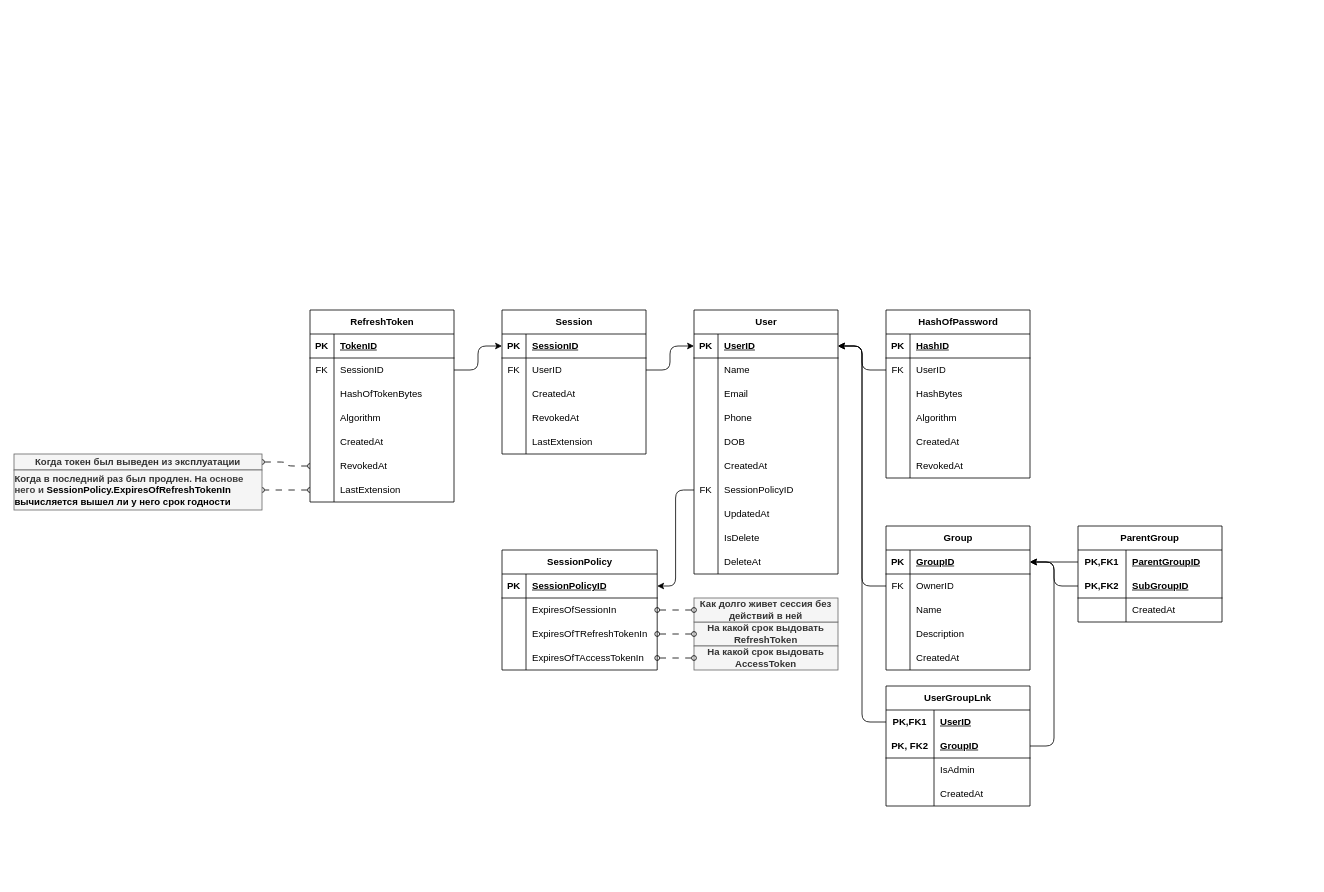
This is Doc/ER-AuthServer.drawio from Shevchenko-Eduard/SecureEDM, a draw.io file, before an edit. Source tidied: cells renumbered, new cells numbered last; positions are measured from the earlier drawing's top-left corner, leaving out a move shared by most shapes. Both pictures are drawn from the tidied source at 80%, with x=0, y=0 at pixel (14, 310).
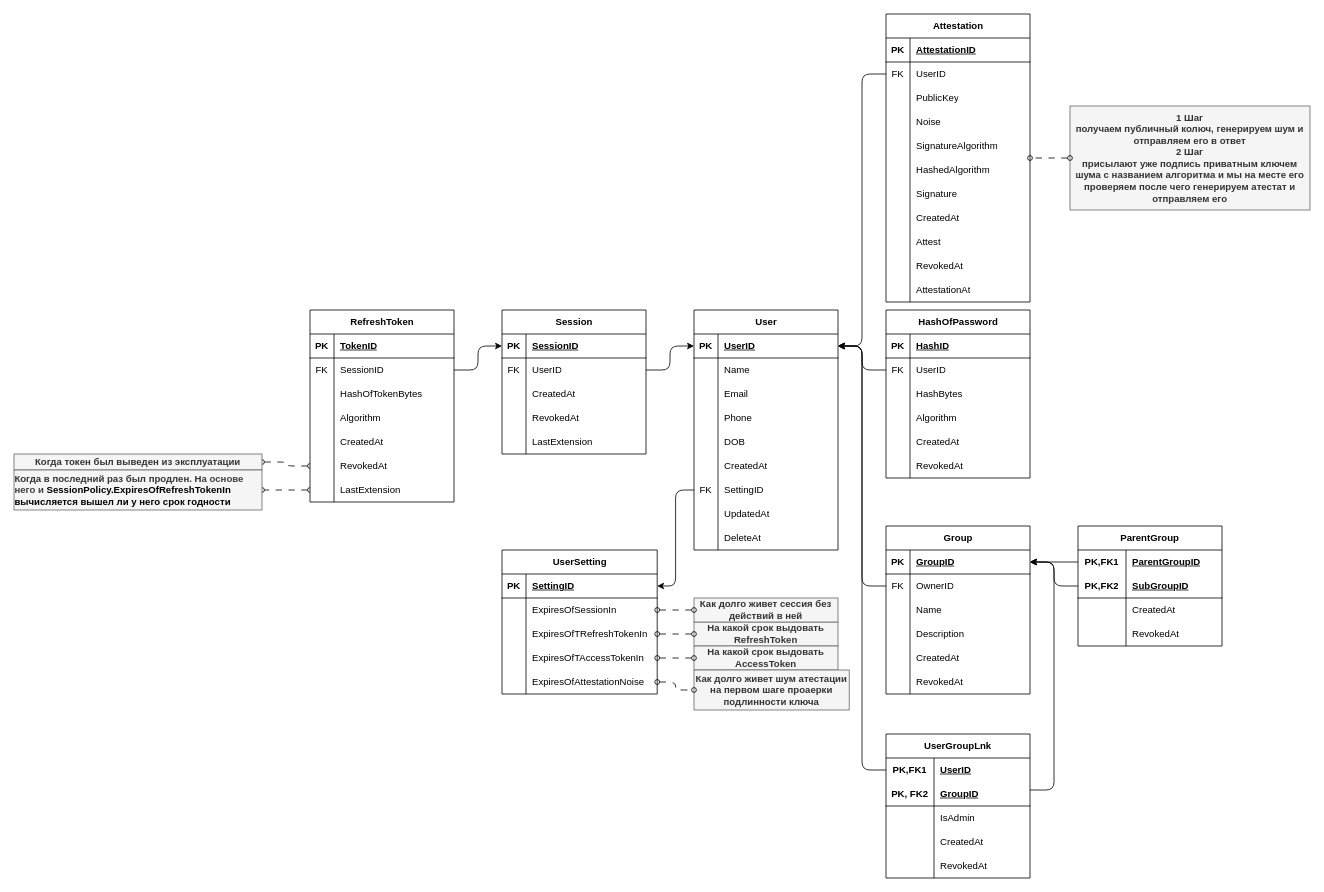
The same diagram, later.

Commit message (it also covers changes not shown here):
docs: ER DB for AuthServer has been updated. API spec for AuthServer has been updated.

The change refers to these unchanged cells:
```xml
<mxCell id="3" style="shape=tableRow;horizontal=0;startSize=0;swimlaneHead=0;swimlaneBody=0;fillColor=none;points=[[0,0.5],[1,0.5]];portConstraint=eastwest;top=0;left=0;right=0;bottom=1;" parent="2" vertex="1">
  <mxGeometry y="30" width="180" height="30" as="geometry" />
</mxCell>
<mxCell id="21" style="shape=tableRow;horizontal=0;startSize=0;swimlaneHead=0;swimlaneBody=0;fillColor=none;points=[[0,0.5],[1,0.5]];portConstraint=eastwest;top=0;left=0;right=0;bottom=0;" parent="2" vertex="1">
  <mxGeometry y="210" width="180" height="30" as="geometry" />
</mxCell>
<mxCell id="98" style="shape=tableRow;horizontal=0;startSize=0;swimlaneHead=0;swimlaneBody=0;fillColor=none;points=[[0,0.5],[1,0.5]];portConstraint=eastwest;top=0;left=0;right=0;bottom=1;" parent="97" vertex="1">
  <mxGeometry y="30" width="180" height="30" as="geometry" />
</mxCell>
<mxCell id="117" style="shape=tableRow;horizontal=0;startSize=0;swimlaneHead=0;swimlaneBody=0;fillColor=none;points=[[0,0.5],[1,0.5]];portConstraint=eastwest;top=0;left=0;right=0;bottom=1;html=1;" parent="113" vertex="1">
  <mxGeometry y="60" width="180" height="30" as="geometry" />
</mxCell>
<mxCell id="139" style="shape=tableRow;horizontal=0;startSize=0;swimlaneHead=0;swimlaneBody=0;fillColor=none;points=[[0,0.5],[1,0.5]];portConstraint=eastwest;top=0;left=0;right=0;bottom=1;" parent="138" vertex="1">
  <mxGeometry y="30" width="194" height="30" as="geometry" />
</mxCell>
```

Change to the diagram source:
```diff
@@
     <mxCell id="2" value="User" style="shape=table;startSize=30;childLayout=tableLayout;rowLines=0;fontStyle=1;align=center;html=1;swimlaneFillColor=default;" parent="1" vertex="1">
-      <mxGeometry x="850" width="180" height="330" as="geometry" />
+      <mxGeometry x="850" width="180" height="300" as="geometry" />
     </mxCell>
@@
-    <mxCell id="23" value="SessionPolicyID" style="shape=partialRectangle;fillColor=none;top=0;left=0;bottom=0;right=0;align=left;spacingLeft=6;overflow=hidden;whiteSpace=wrap;html=1;" parent="21" vertex="1">
+    <mxCell id="23" value="SettingID" style="shape=partialRectangle;fillColor=none;top=0;left=0;bottom=0;right=0;align=left;spacingLeft=6;overflow=hidden;whiteSpace=wrap;html=1;" parent="21" vertex="1">
       <mxGeometry x="30" width="150" height="30" as="geometry" />
     </mxCell>
@@
-    <mxCell id="27" style="shape=tableRow;horizontal=0;startSize=0;swimlaneHead=0;swimlaneBody=0;fillColor=none;top=0;left=0;right=0;bottom=0;" parent="2" vertex="1">
-      <mxGeometry y="270" width="180" height="30" as="geometry" />
-    </mxCell>
-    <mxCell id="28" style="shape=partialRectangle;fillColor=none;top=0;left=0;bottom=0;right=0;overflow=hidden;whiteSpace=wrap;html=1;" parent="27" vertex="1">
-      <mxGeometry width="30" height="30" as="geometry" />
-    </mxCell>
-    <mxCell id="29" value="IsDelete" style="shape=partialRectangle;fillColor=none;top=0;left=0;bottom=0;right=0;align=left;spacingLeft=6;overflow=hidden;whiteSpace=wrap;html=1;" parent="27" vertex="1">
-      <mxGeometry x="30" width="150" height="30" as="geometry" />
-    </mxCell>
     <mxCell id="30" style="shape=tableRow;horizontal=0;startSize=0;swimlaneHead=0;swimlaneBody=0;fillColor=none;top=0;left=0;right=0;bottom=0;" parent="2" vertex="1">
-      <mxGeometry y="300" width="180" height="30" as="geometry" />
+      <mxGeometry y="270" width="180" height="30" as="geometry" />
     </mxCell>
@@
     <mxCell id="97" value="Group" style="shape=table;startSize=30;childLayout=tableLayout;rowLines=0;fontStyle=1;align=center;html=1;swimlaneFillColor=default;" parent="1" vertex="1">
-      <mxGeometry x="1090" y="270" width="180" height="180" as="geometry" />
+      <mxGeometry x="1090" y="270" width="180" height="210" as="geometry" />
     </mxCell>
@@
+    <mxCell id="161" style="shape=tableRow;horizontal=0;startSize=0;swimlaneHead=0;swimlaneBody=0;fillColor=none;top=0;left=0;right=0;bottom=0;" parent="97" vertex="1">
+      <mxGeometry y="180" width="180" height="30" as="geometry" />
+    </mxCell>
+    <mxCell id="162" style="shape=partialRectangle;fillColor=none;top=0;left=0;bottom=0;right=0;overflow=hidden;whiteSpace=wrap;html=1;" parent="161" vertex="1">
+      <mxGeometry width="30" height="30" as="geometry" />
+    </mxCell>
+    <mxCell id="163" value="RevokedAt" style="shape=partialRectangle;fillColor=none;top=0;left=0;bottom=0;right=0;align=left;spacingLeft=6;overflow=hidden;whiteSpace=wrap;html=1;" parent="161" vertex="1">
+      <mxGeometry x="30" width="150" height="30" as="geometry" />
+    </mxCell>
     <mxCell id="113" value="UserGroupLnk" style="shape=table;startSize=30;childLayout=tableLayout;rowLines=0;fontStyle=1;align=center;html=1;whiteSpace=wrap;swimlaneFillColor=default;" parent="1" vertex="1">
-      <mxGeometry x="1090" y="470" width="180" height="150" as="geometry" />
+      <mxGeometry x="1090" y="530" width="180" height="180" as="geometry" />
     </mxCell>
@@
+    <mxCell id="164" style="shape=tableRow;horizontal=0;startSize=0;swimlaneHead=0;swimlaneBody=0;fillColor=none;top=0;left=0;right=0;bottom=0;html=1;" parent="113" vertex="1">
+      <mxGeometry y="150" width="180" height="30" as="geometry" />
+    </mxCell>
+    <mxCell id="165" style="shape=partialRectangle;fillColor=none;top=0;left=0;bottom=0;right=0;overflow=hidden;html=1;whiteSpace=wrap;" parent="164" vertex="1">
+      <mxGeometry width="60" height="30" as="geometry" />
+    </mxCell>
+    <mxCell id="166" value="RevokedAt" style="shape=partialRectangle;fillColor=none;top=0;left=0;bottom=0;right=0;align=left;spacingLeft=6;overflow=hidden;html=1;whiteSpace=wrap;" parent="164" vertex="1">
+      <mxGeometry x="60" width="120" height="30" as="geometry" />
+    </mxCell>
     <mxCell id="126" style="edgeStyle=orthogonalEdgeStyle;html=1;" parent="1" edge="1" source="117" target="98">
-      <mxGeometry x="0.07" relative="1" as="geometry">
+      <mxGeometry x="-0.14" relative="1" as="geometry">
         <Array as="points">
-          <mxPoint x="1300" y="545" />
+          <mxPoint x="1300" y="600" />
           <mxPoint x="1300" y="315" />
         </Array>
       </mxGeometry>
     </mxCell>
@@
     <mxCell id="128" value="ParentGroup" style="shape=table;startSize=30;childLayout=tableLayout;rowLines=0;fontStyle=1;align=center;html=1;whiteSpace=wrap;swimlaneFillColor=default;" parent="1" vertex="1">
-      <mxGeometry x="1330" y="270" width="180" height="120" as="geometry" />
+      <mxGeometry x="1330" y="270" width="180" height="150" as="geometry" />
     </mxCell>
@@
+    <mxCell id="167" style="shape=tableRow;horizontal=0;startSize=0;swimlaneHead=0;swimlaneBody=0;fillColor=none;top=0;left=0;right=0;bottom=0;html=1;" parent="128" vertex="1">
+      <mxGeometry y="120" width="180" height="30" as="geometry" />
+    </mxCell>
+    <mxCell id="168" style="shape=partialRectangle;fillColor=none;top=0;left=0;bottom=0;right=0;overflow=hidden;html=1;whiteSpace=wrap;" parent="167" vertex="1">
+      <mxGeometry width="60" height="30" as="geometry" />
+    </mxCell>
+    <mxCell id="169" value="RevokedAt" style="shape=partialRectangle;fillColor=none;top=0;left=0;bottom=0;right=0;align=left;spacingLeft=6;overflow=hidden;html=1;whiteSpace=wrap;" parent="167" vertex="1">
+      <mxGeometry x="60" width="120" height="30" as="geometry" />
+    </mxCell>
-    <mxCell id="138" value="SessionPolicy" style="shape=table;startSize=30;childLayout=tableLayout;rowLines=0;fontStyle=1;align=center;html=1;swimlaneFillColor=default;" parent="1" vertex="1">
-      <mxGeometry x="610" y="300" width="194" height="150" as="geometry" />
+    <mxCell id="138" value="UserSetting" style="shape=table;startSize=30;childLayout=tableLayout;rowLines=0;fontStyle=1;align=center;html=1;swimlaneFillColor=default;" parent="1" vertex="1">
+      <mxGeometry x="610" y="300" width="194" height="180" as="geometry" />
     </mxCell>
@@
-    <mxCell id="141" value="SessionPolicyID" style="shape=partialRectangle;fillColor=none;top=0;left=0;bottom=0;right=0;align=left;spacingLeft=6;fontStyle=5;overflow=hidden;whiteSpace=wrap;html=1;" parent="139" vertex="1">
+    <mxCell id="141" value="SettingID" style="shape=partialRectangle;fillColor=none;top=0;left=0;bottom=0;right=0;align=left;spacingLeft=6;fontStyle=5;overflow=hidden;whiteSpace=wrap;html=1;" parent="139" vertex="1">
       <mxGeometry x="30" width="164" height="30" as="geometry" />
     </mxCell>
@@
+    <mxCell id="170" style="shape=tableRow;horizontal=0;startSize=0;swimlaneHead=0;swimlaneBody=0;fillColor=none;points=[[0,0.5],[1,0.5]];portConstraint=eastwest;top=0;left=0;right=0;bottom=0;" parent="138" vertex="1">
+      <mxGeometry y="150" width="194" height="30" as="geometry" />
+    </mxCell>
+    <mxCell id="171" style="shape=partialRectangle;fillColor=none;top=0;left=0;bottom=0;right=0;overflow=hidden;whiteSpace=wrap;html=1;" parent="170" vertex="1">
+      <mxGeometry width="30" height="30" as="geometry" />
+    </mxCell>
+    <mxCell id="172" value="ExpiresOfAttestationNoise" style="shape=partialRectangle;fillColor=none;top=0;left=0;bottom=0;right=0;align=left;spacingLeft=6;overflow=hidden;whiteSpace=wrap;html=1;" parent="170" vertex="1">
+      <mxGeometry x="30" width="164" height="30" as="geometry" />
+    </mxCell>
@@
+    <mxCell id="173" value="Attestation" style="shape=table;startSize=30;childLayout=tableLayout;rowLines=0;fontStyle=1;align=center;html=1;" parent="1" vertex="1">
+      <mxGeometry x="1090" y="-370" width="180" height="360" as="geometry" />
+    </mxCell>
+    <mxCell id="174" style="shape=tableRow;horizontal=0;startSize=0;swimlaneHead=0;swimlaneBody=0;fillColor=none;top=0;left=0;right=0;bottom=1;" parent="173" vertex="1">
+      <mxGeometry y="30" width="180" height="30" as="geometry" />
+    </mxCell>
+    <mxCell id="175" value="PK" style="shape=partialRectangle;fillColor=none;top=0;left=0;bottom=0;right=0;fontStyle=1;overflow=hidden;whiteSpace=wrap;html=1;" parent="174" vertex="1">
+      <mxGeometry width="30" height="30" as="geometry" />
+    </mxCell>
+    <mxCell id="176" value="AttestationID" style="shape=partialRectangle;fillColor=none;top=0;left=0;bottom=0;right=0;align=left;spacingLeft=6;fontStyle=5;overflow=hidden;whiteSpace=wrap;html=1;" parent="174" vertex="1">
+      <mxGeometry x="30" width="150" height="30" as="geometry" />
+    </mxCell>
+    <mxCell id="177" style="shape=tableRow;horizontal=0;startSize=0;swimlaneHead=0;swimlaneBody=0;fillColor=none;points=[[0,0.5],[1,0.5]];portConstraint=eastwest;top=0;left=0;right=0;bottom=0;" parent="173" vertex="1">
+      <mxGeometry y="60" width="180" height="30" as="geometry" />
+    </mxCell>
+    <mxCell id="178" value="FK" style="shape=partialRectangle;fillColor=none;top=0;left=0;bottom=0;right=0;overflow=hidden;whiteSpace=wrap;html=1;" parent="177" vertex="1">
+      <mxGeometry width="30" height="30" as="geometry" />
+    </mxCell>
+    <mxCell id="179" value="UserID" style="shape=partialRectangle;fillColor=none;top=0;left=0;bottom=0;right=0;align=left;spacingLeft=6;overflow=hidden;whiteSpace=wrap;html=1;" parent="177" vertex="1">
+      <mxGeometry x="30" width="150" height="30" as="geometry" />
+    </mxCell>
+    <mxCell id="180" style="shape=tableRow;horizontal=0;startSize=0;swimlaneHead=0;swimlaneBody=0;fillColor=none;top=0;left=0;right=0;bottom=0;" parent="173" vertex="1">
+      <mxGeometry y="90" width="180" height="30" as="geometry" />
+    </mxCell>
+    <mxCell id="181" style="shape=partialRectangle;fillColor=none;top=0;left=0;bottom=0;right=0;overflow=hidden;whiteSpace=wrap;html=1;" parent="180" vertex="1">
+      <mxGeometry width="30" height="30" as="geometry" />
+    </mxCell>
+    <mxCell id="182" value="PublicKey" style="shape=partialRectangle;fillColor=none;top=0;left=0;bottom=0;right=0;align=left;spacingLeft=6;overflow=hidden;whiteSpace=wrap;html=1;" parent="180" vertex="1">
+      <mxGeometry x="30" width="150" height="30" as="geometry" />
+    </mxCell>
+    <mxCell id="183" style="shape=tableRow;horizontal=0;startSize=0;swimlaneHead=0;swimlaneBody=0;fillColor=none;top=0;left=0;right=0;bottom=0;" parent="173" vertex="1">
+      <mxGeometry y="120" width="180" height="30" as="geometry" />
+    </mxCell>
+    <mxCell id="184" style="shape=partialRectangle;fillColor=none;top=0;left=0;bottom=0;right=0;overflow=hidden;whiteSpace=wrap;html=1;" parent="183" vertex="1">
+      <mxGeometry width="30" height="30" as="geometry" />
+    </mxCell>
+    <mxCell id="185" value="Noise" style="shape=partialRectangle;fillColor=none;top=0;left=0;bottom=0;right=0;align=left;spacingLeft=6;overflow=hidden;whiteSpace=wrap;html=1;" parent="183" vertex="1">
+      <mxGeometry x="30" width="150" height="30" as="geometry" />
+    </mxCell>
+    <mxCell id="186" style="shape=tableRow;horizontal=0;startSize=0;swimlaneHead=0;swimlaneBody=0;fillColor=none;top=0;left=0;right=0;bottom=0;" parent="173" vertex="1">
+      <mxGeometry y="150" width="180" height="30" as="geometry" />
+    </mxCell>
+    <mxCell id="187" style="shape=partialRectangle;fillColor=none;top=0;left=0;bottom=0;right=0;overflow=hidden;whiteSpace=wrap;html=1;" parent="186" vertex="1">
+      <mxGeometry width="30" height="30" as="geometry" />
+    </mxCell>
+    <mxCell id="188" value="SignatureAlgorithm" style="shape=partialRectangle;fillColor=none;top=0;left=0;bottom=0;right=0;align=left;spacingLeft=6;overflow=hidden;whiteSpace=wrap;html=1;" parent="186" vertex="1">
+      <mxGeometry x="30" width="150" height="30" as="geometry" />
+    </mxCell>
+    <mxCell id="189" style="shape=tableRow;horizontal=0;startSize=0;swimlaneHead=0;swimlaneBody=0;fillColor=none;top=0;left=0;right=0;bottom=0;" parent="173" vertex="1">
+      <mxGeometry y="180" width="180" height="30" as="geometry" />
+    </mxCell>
+    <mxCell id="190" style="shape=partialRectangle;fillColor=none;top=0;left=0;bottom=0;right=0;overflow=hidden;whiteSpace=wrap;html=1;" parent="189" vertex="1">
+      <mxGeometry width="30" height="30" as="geometry" />
+    </mxCell>
+    <mxCell id="191" value="HashedAlgorithm" style="shape=partialRectangle;fillColor=none;top=0;left=0;bottom=0;right=0;align=left;spacingLeft=6;overflow=hidden;whiteSpace=wrap;html=1;" parent="189" vertex="1">
+      <mxGeometry x="30" width="150" height="30" as="geometry" />
+    </mxCell>
+    <mxCell id="192" style="shape=tableRow;horizontal=0;startSize=0;swimlaneHead=0;swimlaneBody=0;fillColor=none;top=0;left=0;right=0;bottom=0;" parent="173" vertex="1">
+      <mxGeometry y="210" width="180" height="30" as="geometry" />
+    </mxCell>
+    <mxCell id="193" style="shape=partialRectangle;fillColor=none;top=0;left=0;bottom=0;right=0;overflow=hidden;whiteSpace=wrap;html=1;" parent="192" vertex="1">
+      <mxGeometry width="30" height="30" as="geometry" />
+    </mxCell>
+    <mxCell id="194" value="Signature" style="shape=partialRectangle;fillColor=none;top=0;left=0;bottom=0;right=0;align=left;spacingLeft=6;overflow=hidden;whiteSpace=wrap;html=1;" parent="192" vertex="1">
+      <mxGeometry x="30" width="150" height="30" as="geometry" />
+    </mxCell>
+    <mxCell id="195" style="shape=tableRow;horizontal=0;startSize=0;swimlaneHead=0;swimlaneBody=0;fillColor=none;top=0;left=0;right=0;bottom=0;" parent="173" vertex="1">
+      <mxGeometry y="240" width="180" height="30" as="geometry" />
+    </mxCell>
+    <mxCell id="196" style="shape=partialRectangle;fillColor=none;top=0;left=0;bottom=0;right=0;overflow=hidden;whiteSpace=wrap;html=1;" parent="195" vertex="1">
+      <mxGeometry width="30" height="30" as="geometry" />
+    </mxCell>
+    <mxCell id="197" value="CreatedAt" style="shape=partialRectangle;fillColor=none;top=0;left=0;bottom=0;right=0;align=left;spacingLeft=6;overflow=hidden;whiteSpace=wrap;html=1;" parent="195" vertex="1">
+      <mxGeometry x="30" width="150" height="30" as="geometry" />
+    </mxCell>
+    <mxCell id="27" style="shape=tableRow;horizontal=0;startSize=0;swimlaneHead=0;swimlaneBody=0;fillColor=none;top=0;left=0;right=0;bottom=0;" parent="173" vertex="1">
+      <mxGeometry y="270" width="180" height="30" as="geometry" />
+    </mxCell>
+    <mxCell id="198" style="shape=partialRectangle;fillColor=none;top=0;left=0;bottom=0;right=0;overflow=hidden;whiteSpace=wrap;html=1;" parent="27" vertex="1">
+      <mxGeometry width="30" height="30" as="geometry" />
+    </mxCell>
+    <mxCell id="199" value="Attest" style="shape=partialRectangle;fillColor=none;top=0;left=0;bottom=0;right=0;align=left;spacingLeft=6;overflow=hidden;whiteSpace=wrap;html=1;" parent="27" vertex="1">
+      <mxGeometry x="30" width="150" height="30" as="geometry" />
+    </mxCell>
+    <mxCell id="200" style="shape=tableRow;horizontal=0;startSize=0;swimlaneHead=0;swimlaneBody=0;fillColor=none;top=0;left=0;right=0;bottom=0;" parent="173" vertex="1">
+      <mxGeometry y="300" width="180" height="30" as="geometry" />
+    </mxCell>
+    <mxCell id="201" style="shape=partialRectangle;fillColor=none;top=0;left=0;bottom=0;right=0;overflow=hidden;whiteSpace=wrap;html=1;" parent="200" vertex="1">
+      <mxGeometry width="30" height="30" as="geometry" />
+    </mxCell>
+    <mxCell id="202" value="RevokedAt" style="shape=partialRectangle;fillColor=none;top=0;left=0;bottom=0;right=0;align=left;spacingLeft=6;overflow=hidden;whiteSpace=wrap;html=1;" parent="200" vertex="1">
+      <mxGeometry x="30" width="150" height="30" as="geometry" />
+    </mxCell>
+    <mxCell id="203" style="shape=tableRow;horizontal=0;startSize=0;swimlaneHead=0;swimlaneBody=0;fillColor=none;top=0;left=0;right=0;bottom=0;" parent="173" vertex="1">
+      <mxGeometry y="330" width="180" height="30" as="geometry" />
+    </mxCell>
+    <mxCell id="204" style="shape=partialRectangle;fillColor=none;top=0;left=0;bottom=0;right=0;overflow=hidden;whiteSpace=wrap;html=1;" parent="203" vertex="1">
+      <mxGeometry width="30" height="30" as="geometry" />
+    </mxCell>
+    <mxCell id="205" value="AttestationAt" style="shape=partialRectangle;fillColor=none;top=0;left=0;bottom=0;right=0;align=left;spacingLeft=6;overflow=hidden;whiteSpace=wrap;html=1;" parent="203" vertex="1">
+      <mxGeometry x="30" width="150" height="30" as="geometry" />
+    </mxCell>
+    <mxCell id="206" style="edgeStyle=orthogonalEdgeStyle;html=1;" parent="1" edge="1" source="177" target="3">
+      <mxGeometry relative="1" as="geometry" />
+    </mxCell>
+    <mxCell id="207" value="1 Шаг&lt;div&gt;получаем публичный колюч, генерируем шум и отправляем его в ответ&lt;/div&gt;&lt;div&gt;2 Шаг&lt;/div&gt;&lt;div&gt;присылают уже подпись приватным ключем шума с названием алгоритма и мы на месте его проверяем после чего генерируем атестат и отправляем его&lt;/div&gt;" style="whiteSpace=wrap;html=1;startSize=30;fontStyle=1;fillColor=#f5f5f5;fontColor=#333333;strokeColor=#666666;" parent="1" vertex="1">
+      <mxGeometry x="1320" y="-255" width="300" height="130" as="geometry" />
+    </mxCell>
+    <mxCell id="208" style="edgeStyle=orthogonalEdgeStyle;html=1;endArrow=oval;endFill=0;startArrow=oval;startFill=0;dashed=1;dashPattern=8 8;" parent="1" edge="1" source="207" target="173">
+      <mxGeometry relative="1" as="geometry" />
+    </mxCell>
+    <mxCell id="209" value="Как долго живет шум атестации на первом шаге проаерки подлинности ключа" style="whiteSpace=wrap;html=1;startSize=30;fontStyle=1;fillColor=#f5f5f5;fontColor=#333333;strokeColor=#666666;" parent="1" vertex="1">
+      <mxGeometry x="850" y="450" width="194" height="50" as="geometry" />
+    </mxCell>
+    <mxCell id="210" style="edgeStyle=orthogonalEdgeStyle;html=1;endArrow=oval;endFill=0;startArrow=oval;startFill=0;dashed=1;dashPattern=8 8;" parent="1" edge="1" source="170" target="209">
+      <mxGeometry relative="1" as="geometry" />
+    </mxCell>
```
